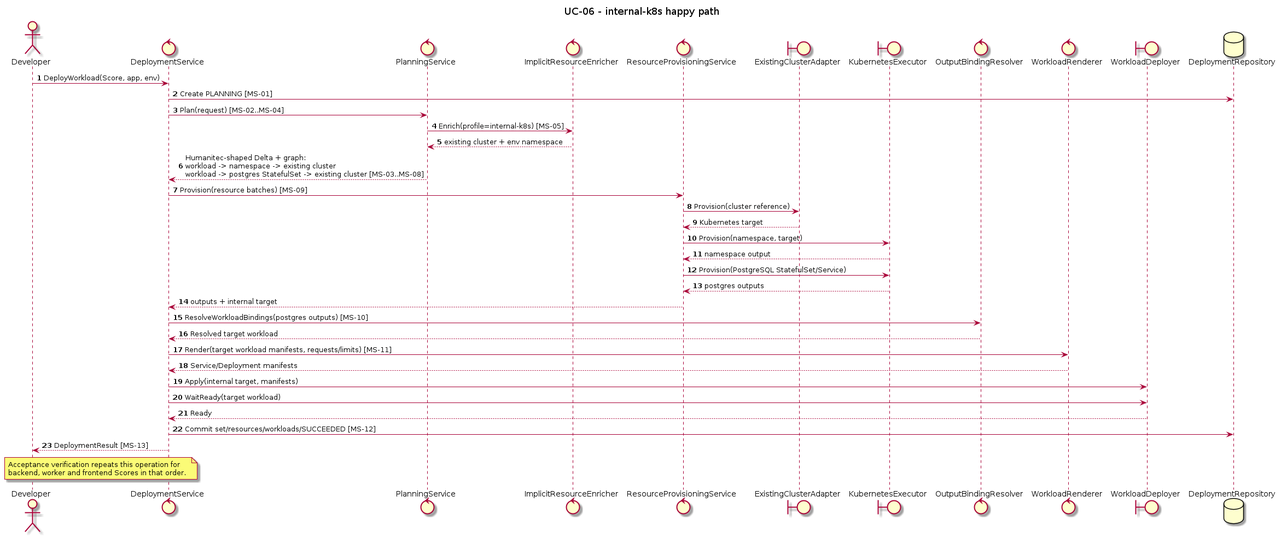
The PlantUML diagram orchestrator_docs/usecase/UC-06/sequence-internal.png in pr3s3nt/poc, before a commit. Its source is kept beside it as orchestrator_docs/usecase/UC-06/sequence-internal.puml.
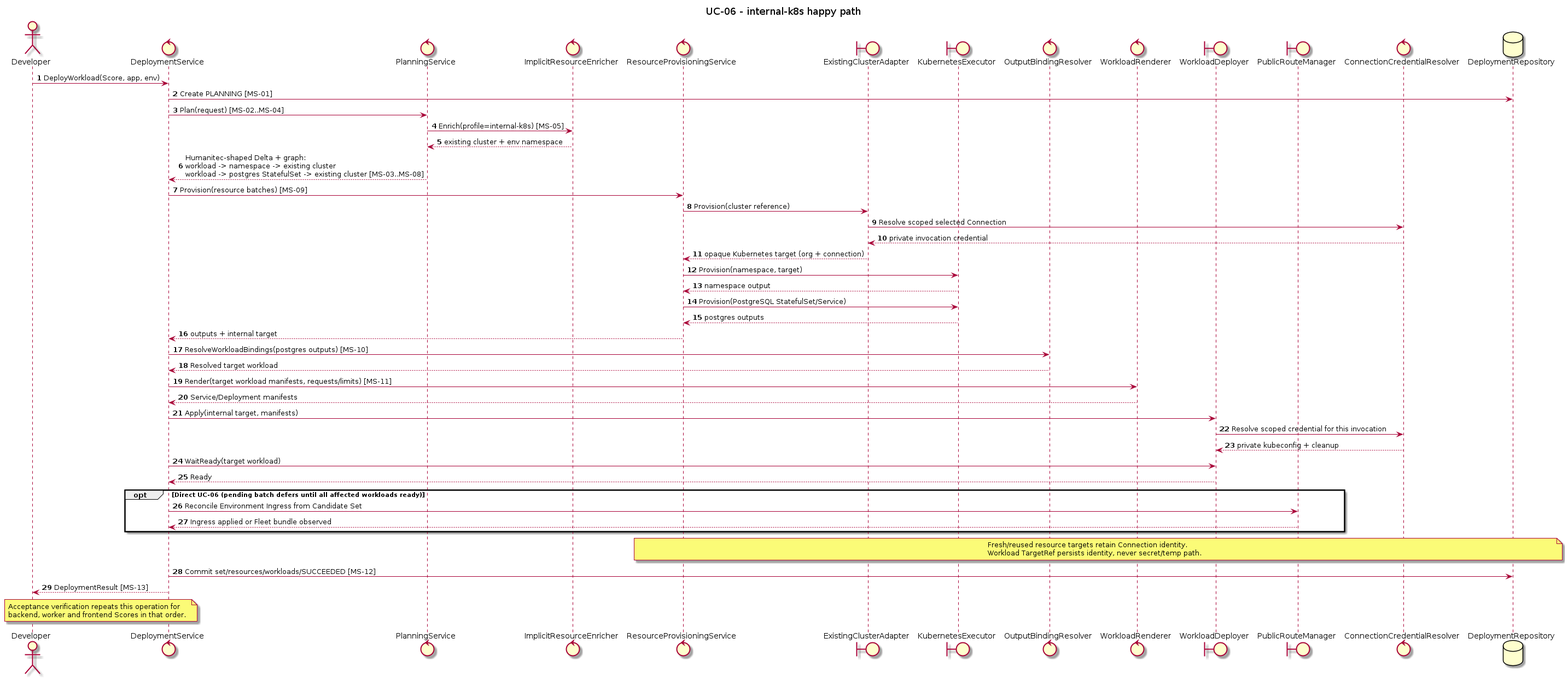
Later version of the same file.

What changed in the source:
```diff
@@ -12,6 +12,7 @@
 control WorkloadRenderer as Renderer
 boundary WorkloadDeployer as WorkloadK8s
 boundary PublicRouteManager as Routes
+control ConnectionCredentialResolver as Credentials
 database DeploymentRepository as Repo
 
 Developer -> Service: DeployWorkload(Score, app, env)
@@ -22,7 +23,9 @@
 Planner --> Service: Humanitec-shaped Delta + graph:\nworkload -> namespace -> existing cluster\nworkload -> postgres StatefulSet -> existing cluster [MS-03..MS-08]
 Service -> Provisioner: Provision(resource batches) [MS-09]
 Provisioner -> ExistingCluster: Provision(cluster reference)
-ExistingCluster --> Provisioner: Kubernetes target
+ExistingCluster -> Credentials: Resolve scoped selected Connection
+Credentials --> ExistingCluster: private invocation credential
+ExistingCluster --> Provisioner: opaque Kubernetes target (org + connection)
 Provisioner -> ResourceK8s: Provision(namespace, target)
 ResourceK8s --> Provisioner: namespace output
 Provisioner -> ResourceK8s: Provision(PostgreSQL StatefulSet/Service)
@@ -33,12 +36,18 @@
 Service -> Renderer: Render(target workload manifests, requests/limits) [MS-11]
 Renderer --> Service: Service/Deployment manifests
 Service -> WorkloadK8s: Apply(internal target, manifests)
+WorkloadK8s -> Credentials: Resolve scoped credential for this invocation
+Credentials --> WorkloadK8s: private kubeconfig + cleanup
 Service -> WorkloadK8s: WaitReady(target workload)
 WorkloadK8s --> Service: Ready
 opt Direct UC-06 (pending batch defers until all affected workloads ready)
   Service -> Routes: Reconcile Environment Ingress from Candidate Set
   Routes --> Service: Ingress applied or Fleet bundle observed
 end
+note over Provisioner, Repo
+Fresh/reused resource targets retain Connection identity.
+Workload TargetRef persists identity, never secret/temp path.
+end note
 Service -> Repo: Commit set/resources/workloads/SUCCEEDED [MS-12]
 Service --> Developer: DeploymentResult [MS-13]
 note over Developer, Service
```
